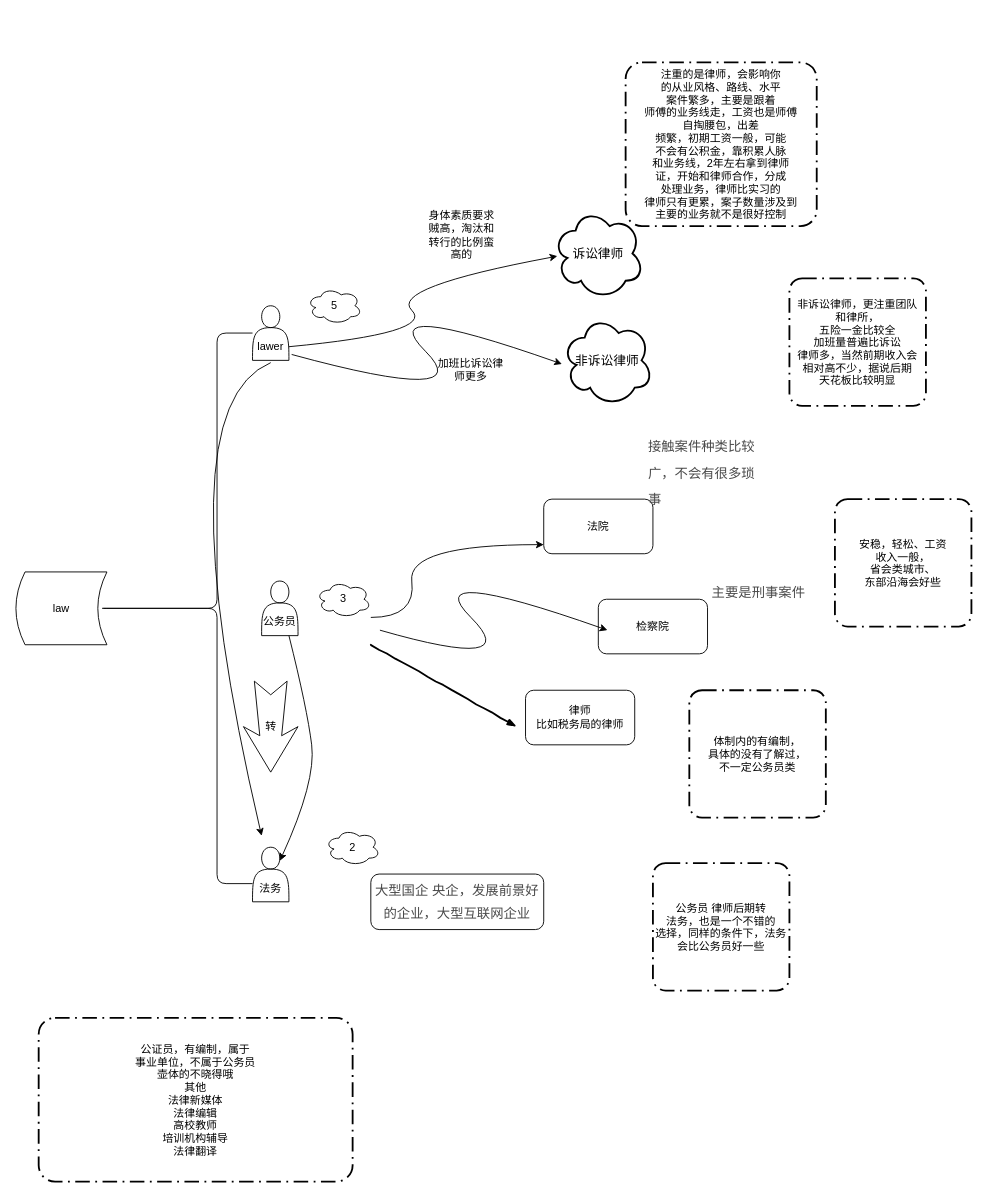
The draw.io diagram law.drawio in ricarduuu/draw, before the edit. Source tidied: cells renumbered, new cells numbered last; positions are measured from the earlier drawing's top-left corner, leaving out a move shared by most shapes. Both pictures are drawn from the tidied source at 91%, with x=0, y=0 at pixel (15, 62).
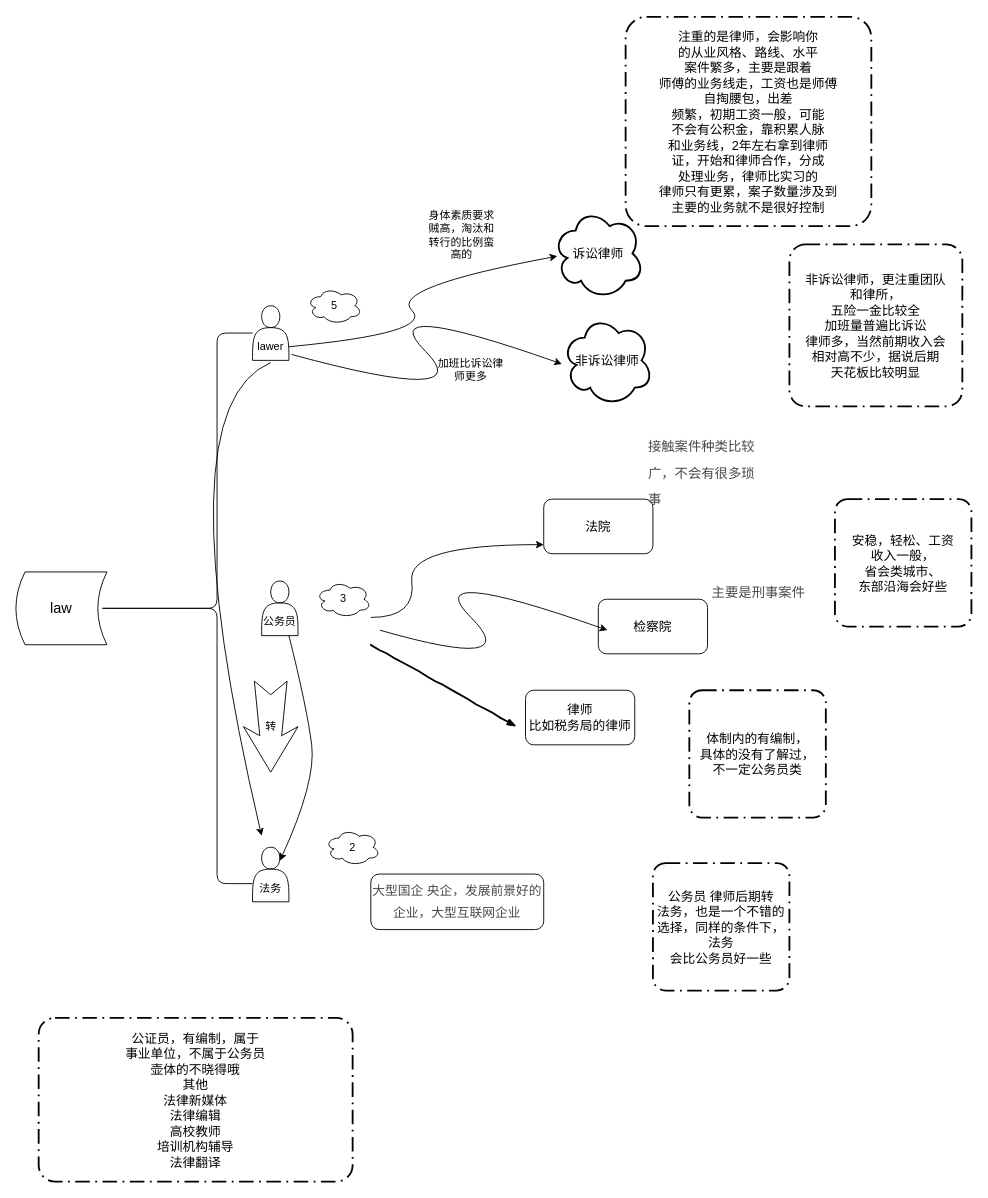
The same page after the edit.

What changed in the source:
```diff
@@
-    <mxCell id="3" value="law" style="shape=dataStorage;whiteSpace=wrap;html=1;" parent="1" vertex="1">
+    <mxCell id="3" value="law" style="shape=dataStorage;whiteSpace=wrap;html=1;fontSize=16;" parent="1" vertex="1">
       <mxGeometry y="560" width="100" height="80" as="geometry" />
     </mxCell>
@@
-    <mxCell id="12" value="法院" style="rounded=1;whiteSpace=wrap;html=1;" parent="1" vertex="1">
+    <mxCell id="12" value="法院" style="rounded=1;whiteSpace=wrap;html=1;fontSize=14;" parent="1" vertex="1">
       <mxGeometry x="580" y="480" width="120" height="60" as="geometry" />
     </mxCell>
-    <mxCell id="13" value="检察院" style="rounded=1;whiteSpace=wrap;html=1;" parent="1" vertex="1">
+    <mxCell id="13" value="检察院" style="rounded=1;whiteSpace=wrap;html=1;fontSize=14;" parent="1" vertex="1">
       <mxGeometry x="640" y="590" width="120" height="60" as="geometry" />
     </mxCell>
@@
-    <mxCell id="16" value="安稳，轻松、工资&#10;收入一般，&#10;省会类城市、&#10;东部沿海会好些" style="rounded=1;arcSize=10;dashed=1;strokeColor=#000000;fillColor=none;gradientColor=none;dashPattern=8 3 1 3;strokeWidth=2;" parent="1" vertex="1">
+    <mxCell id="16" value="安稳，轻松、工资&#10;收入一般，&#10;省会类城市、&#10;东部沿海会好些" style="rounded=1;arcSize=10;dashed=1;strokeColor=#000000;fillColor=none;gradientColor=none;dashPattern=8 3 1 3;strokeWidth=2;fontSize=14;" parent="1" vertex="1">
       <mxGeometry x="900" y="480" width="150" height="140" as="geometry" />
     </mxCell>
@@
-    <mxCell id="23" value="注重的是律师，会影响你&#10;的从业风格、路线、水平&#10;案件繁多，主要是跟着&#10;师傅的业务线走，工资也是师傅&#10;自掏腰包，出差&#10;频繁，初期工资一般，可能&#10;不会有公积金，靠积累人脉&#10;和业务线，2年左右拿到律师&#10;证，开始和律师合作，分成&#10;处理业务，律师比实习的&#10;律师只有更累，案子数量涉及到&#10;主要的业务就不是很好控制" style="rounded=1;arcSize=10;dashed=1;strokeColor=#000000;fillColor=none;gradientColor=none;dashPattern=8 3 1 3;strokeWidth=2;fontSize=12;" parent="1" vertex="1">
-      <mxGeometry x="670" width="210" height="180" as="geometry" />
+    <mxCell id="23" value="注重的是律师，会影响你&#10;的从业风格、路线、水平&#10;案件繁多，主要是跟着&#10;师傅的业务线走，工资也是师傅&#10;自掏腰包，出差&#10;频繁，初期工资一般，可能&#10;不会有公积金，靠积累人脉&#10;和业务线，2年左右拿到律师&#10;证，开始和律师合作，分成&#10;处理业务，律师比实习的&#10;律师只有更累，案子数量涉及到&#10;主要的业务就不是很好控制" style="rounded=1;arcSize=10;dashed=1;strokeColor=#000000;fillColor=none;gradientColor=none;dashPattern=8 3 1 3;strokeWidth=2;fontSize=14;" parent="1" vertex="1">
+      <mxGeometry x="670" y="-50" width="270" height="230" as="geometry" />
     </mxCell>
-    <mxCell id="24" value="非诉讼律师，更注重团队&#10;和律所，&#10;五险一金比较全&#10;加班量普遍比诉讼&#10;律师多，当然前期收入会&#10;相对高不少，据说后期&#10;天花板比较明显" style="rounded=1;arcSize=10;dashed=1;strokeColor=#000000;fillColor=none;gradientColor=none;dashPattern=8 3 1 3;strokeWidth=2;fontSize=12;" parent="1" vertex="1">
-      <mxGeometry x="850" y="237.5" width="150" height="140" as="geometry" />
+    <mxCell id="24" value="非诉讼律师，更注重团队&#10;和律所，&#10;五险一金比较全&#10;加班量普遍比诉讼&#10;律师多，当然前期收入会&#10;相对高不少，据说后期&#10;天花板比较明显" style="rounded=1;arcSize=10;dashed=1;strokeColor=#000000;fillColor=none;gradientColor=none;dashPattern=8 3 1 3;strokeWidth=2;fontSize=14;" parent="1" vertex="1">
+      <mxGeometry x="850" y="200" width="190" height="178" as="geometry" />
     </mxCell>
@@
-    <mxCell id="26" value="律师&lt;br&gt;比如税务局的律师" style="rounded=1;whiteSpace=wrap;html=1;" parent="1" vertex="1">
+    <mxCell id="26" value="律师&lt;br style=&quot;font-size: 14px;&quot;&gt;比如税务局的律师" style="rounded=1;whiteSpace=wrap;html=1;fontSize=14;" parent="1" vertex="1">
       <mxGeometry x="560" y="690" width="120" height="60" as="geometry" />
     </mxCell>
-    <mxCell id="27" value="体制内的有编制，&#10;具体的没有了解过，&#10;不一定公务员类" style="rounded=1;arcSize=10;dashed=1;strokeColor=#000000;fillColor=none;gradientColor=none;dashPattern=8 3 1 3;strokeWidth=2;" parent="1" vertex="1">
+    <mxCell id="27" value="体制内的有编制，&#10;具体的没有了解过，&#10;不一定公务员类" style="rounded=1;arcSize=10;dashed=1;strokeColor=#000000;fillColor=none;gradientColor=none;dashPattern=8 3 1 3;strokeWidth=2;fontSize=14;" parent="1" vertex="1">
       <mxGeometry x="740" y="690" width="150" height="140" as="geometry" />
     </mxCell>
-    <mxCell id="28" value="&lt;span&gt;&lt;p class=&quot;ql-long-23941791&quot; style=&quot;line-height: 1.7 ; margin-bottom: 0pt ; margin-top: 0pt ; font-size: 11pt ; color: #494949&quot;&gt;&lt;span class=&quot;ql-author-23941791&quot;&gt;大型国企 央企，发展前景好的企业，大型互联网企业&lt;/span&gt;&lt;/p&gt;&lt;/span&gt;" style="rounded=1;whiteSpace=wrap;html=1;" parent="1" vertex="1">
+    <mxCell id="28" value="&lt;span style=&quot;font-size: 14px;&quot;&gt;&lt;p class=&quot;ql-long-23941791&quot; style=&quot;line-height: 1.7; margin-bottom: 0pt; margin-top: 0pt; font-size: 14px; color: rgb(73, 73, 73);&quot;&gt;&lt;span class=&quot;ql-author-23941791&quot; style=&quot;font-size: 14px;&quot;&gt;大型国企 央企，发展前景好的企业，大型互联网企业&lt;/span&gt;&lt;/p&gt;&lt;/span&gt;" style="rounded=1;whiteSpace=wrap;html=1;fontSize=14;" parent="1" vertex="1">
       <mxGeometry x="390" y="892" width="190" height="61" as="geometry" />
     </mxCell>
@@
-    <mxCell id="32" value="公证员，有编制，属于&#10;事业单位，不属于公务员&#10;壶体的不晓得哦&#10;其他&#10;法律新媒体&#10;法律编辑&#10;高校教师&#10;培训机构辅导&#10;法律翻译" style="rounded=1;arcSize=10;dashed=1;strokeColor=#000000;fillColor=none;gradientColor=none;dashPattern=8 3 1 3;strokeWidth=2;" parent="1" vertex="1">
+    <mxCell id="32" value="公证员，有编制，属于&#10;事业单位，不属于公务员&#10;壶体的不晓得哦&#10;其他&#10;法律新媒体&#10;法律编辑&#10;高校教师&#10;培训机构辅导&#10;法律翻译" style="rounded=1;arcSize=10;dashed=1;strokeColor=#000000;fillColor=none;gradientColor=none;dashPattern=8 3 1 3;strokeWidth=2;fontSize=14;" parent="1" vertex="1">
       <mxGeometry x="25" y="1050" width="345" height="180" as="geometry" />
     </mxCell>
-    <mxCell id="33" value="公务员 律师后期转&#10;法务，也是一个不错的&#10;选择，同样的条件下，法务&#10;会比公务员好一些" style="rounded=1;arcSize=10;dashed=1;strokeColor=#000000;fillColor=none;gradientColor=none;dashPattern=8 3 1 3;strokeWidth=2;fontSize=12;" parent="1" vertex="1">
+    <mxCell id="33" value="公务员 律师后期转&#10;法务，也是一个不错的&#10;选择，同样的条件下，&#10;法务&#10;会比公务员好一些" style="rounded=1;arcSize=10;dashed=1;strokeColor=#000000;fillColor=none;gradientColor=none;dashPattern=8 3 1 3;strokeWidth=2;fontSize=14;" parent="1" vertex="1">
       <mxGeometry x="700" y="880" width="150" height="140" as="geometry" />
     </mxCell>
```
